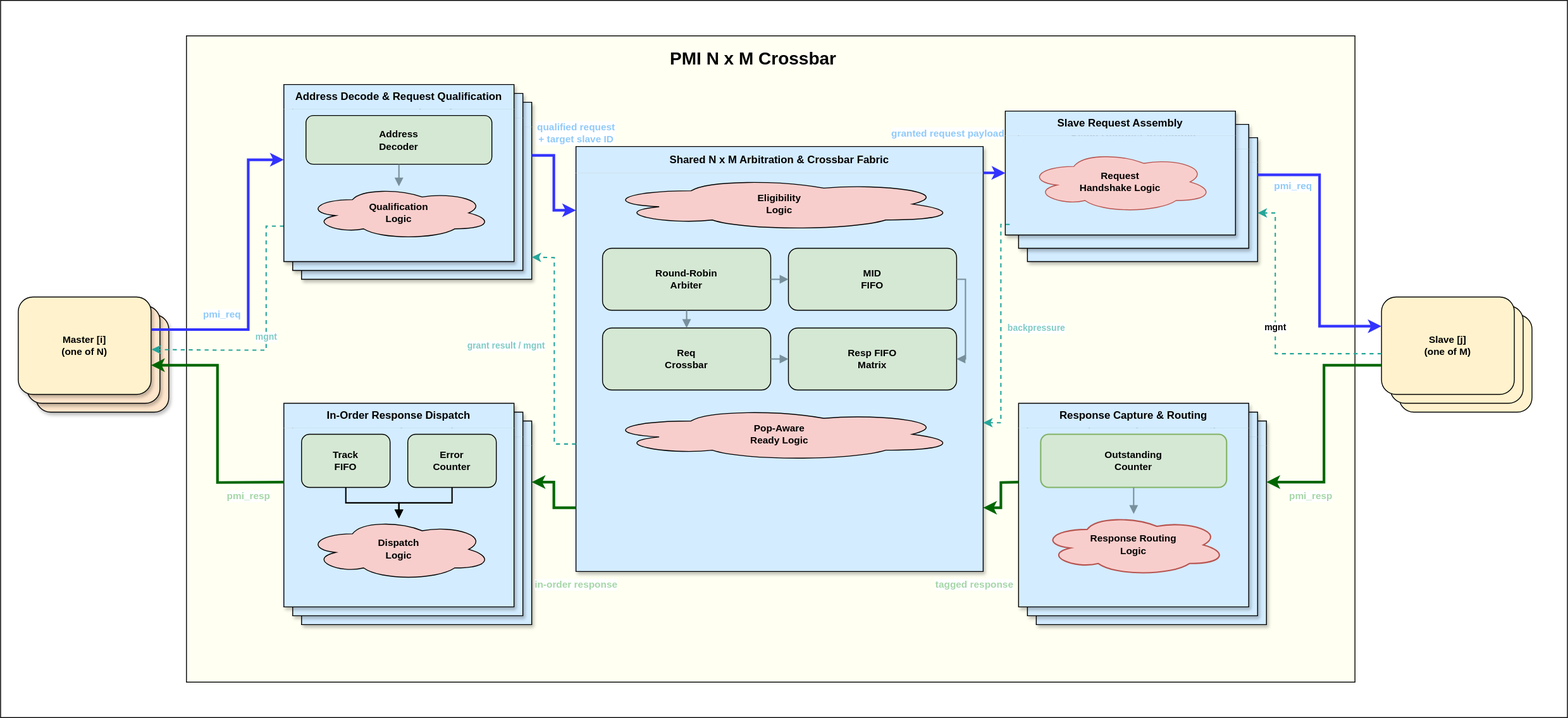
ADN-VLSI/adn_common keeps this draw.io diagram as document/pmi_crossbar.svg. Above is the earlier version. Source tidied: cells renumbered, new cells last; positions are measured from the earlier drawing's top-left corner, leaving out a move shared by most shapes.
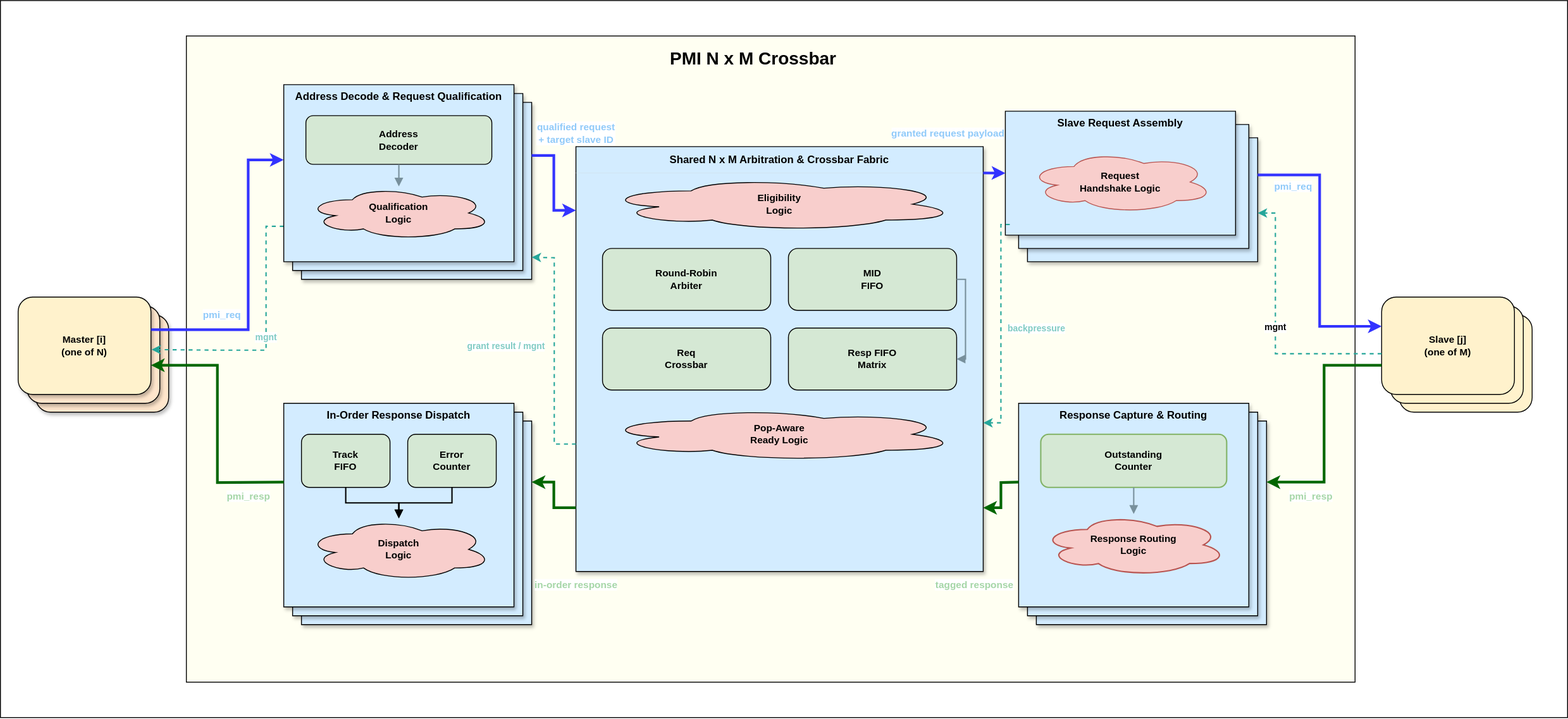
Above is the later version.

What changed in the source:
```diff
@@ -107,15 +107,6 @@
     <mxCell id="36" value="Pop-Aware&#10;Ready Logic" style="shape=cloud;whiteSpace=wrap;html=1;fillColor=#f8cecc;strokeColor=#000000;fontStyle=1;fontSize=11;strokeWidth=1;" parent="30" vertex="1">
       <mxGeometry x="30" y="295" width="400" height="60" as="geometry" />
     </mxCell>
-    <mxCell id="37" style="edgeStyle=orthogonalEdgeStyle;rounded=0;html=1;strokeColor=#78909C;strokeWidth=1.5;endArrow=block;exitX=1;exitY=0.5;entryX=0;entryY=0.5;" parent="30" edge="1" source="32" target="33">
-      <mxGeometry relative="1" as="geometry" />
-    </mxCell>
-    <mxCell id="38" style="edgeStyle=orthogonalEdgeStyle;rounded=0;html=1;strokeColor=#78909C;strokeWidth=1.5;endArrow=block;exitX=0.5;exitY=1;entryX=0.5;entryY=0;" parent="30" edge="1" source="32" target="34">
-      <mxGeometry relative="1" as="geometry" />
-    </mxCell>
-    <mxCell id="39" style="edgeStyle=orthogonalEdgeStyle;rounded=0;html=1;strokeColor=#78909C;strokeWidth=1.5;endArrow=block;exitX=1;exitY=0.5;entryX=0;entryY=0.5;" parent="30" edge="1" source="34" target="35">
-      <mxGeometry relative="1" as="geometry" />
-    </mxCell>
     <mxCell id="40" style="edgeStyle=orthogonalEdgeStyle;rounded=0;html=1;strokeColor=#78909C;strokeWidth=1.5;endArrow=block;exitX=0.5;exitY=0.5;entryX=0.5;entryY=0.5;" parent="30" edge="1" source="33" target="35">
       <mxGeometry relative="1" as="geometry" />
     </mxCell>
```
